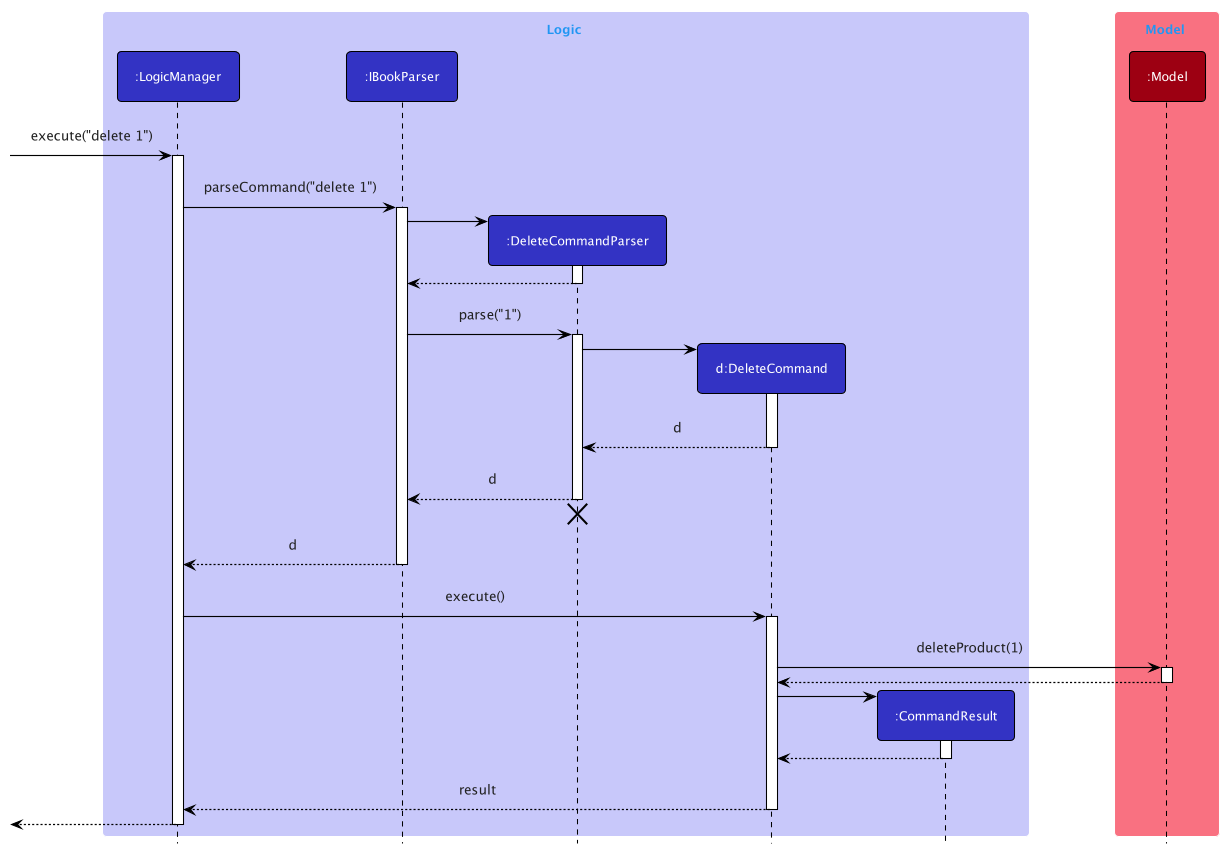
Earlier version of the PlantUML export docs/images/DeleteSequenceDiagram.png (nus-cs2103-AY2122S2/tp).
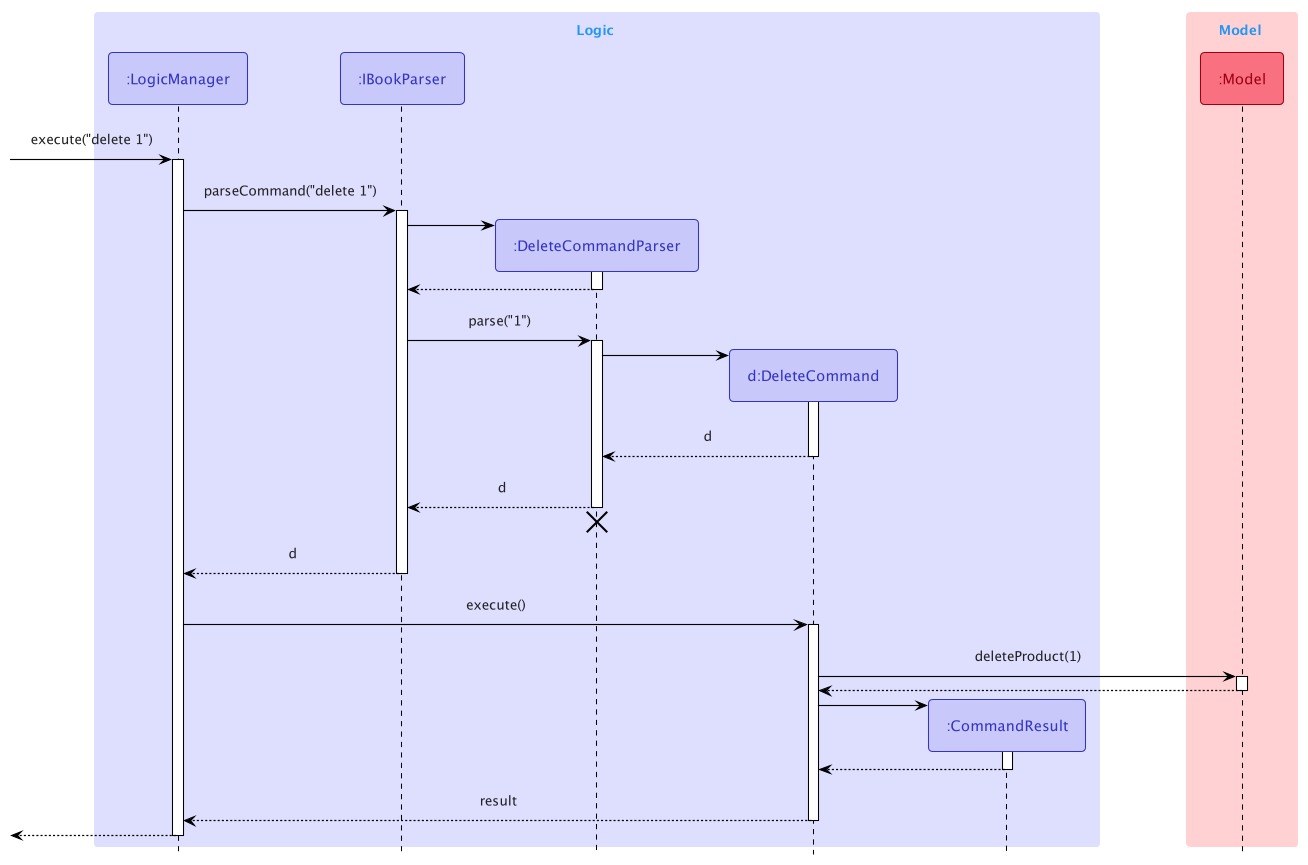
Later version of the same file.

Change to the diagram source:
```diff
@@ -1,16 +1,17 @@
 @startuml
-!include style.puml
+!include Style.puml
+!include SequenceStyle.puml
 
-box Logic LOGIC_COLOR_T1
-participant ":LogicManager" as LogicManager LOGIC_COLOR
-participant ":IBookParser" as IBookParser LOGIC_COLOR
-participant ":DeleteCommandParser" as DeleteCommandParser LOGIC_COLOR
-participant "d:DeleteCommand" as DeleteCommand LOGIC_COLOR
-participant ":CommandResult" as CommandResult LOGIC_COLOR
+box Logic LOGIC_COLOR_LIGHT
+participant ":LogicManager" as LogicManager<<Logic>>
+participant ":IBookParser" as IBookParser<<Logic>>
+participant ":DeleteCommandParser" as DeleteCommandParser<<Logic>>
+participant "d:DeleteCommand" as DeleteCommand<<Logic>>
+participant ":CommandResult" as CommandResult<<Logic>>
 end box
 
-box Model MODEL_COLOR_T1
-participant ":Model" as Model MODEL_COLOR
+box Model MODEL_COLOR_LIGHT
+participant ":Model" as Model<<Model>>
 end box
 
 [-> LogicManager : execute("delete 1")
```
